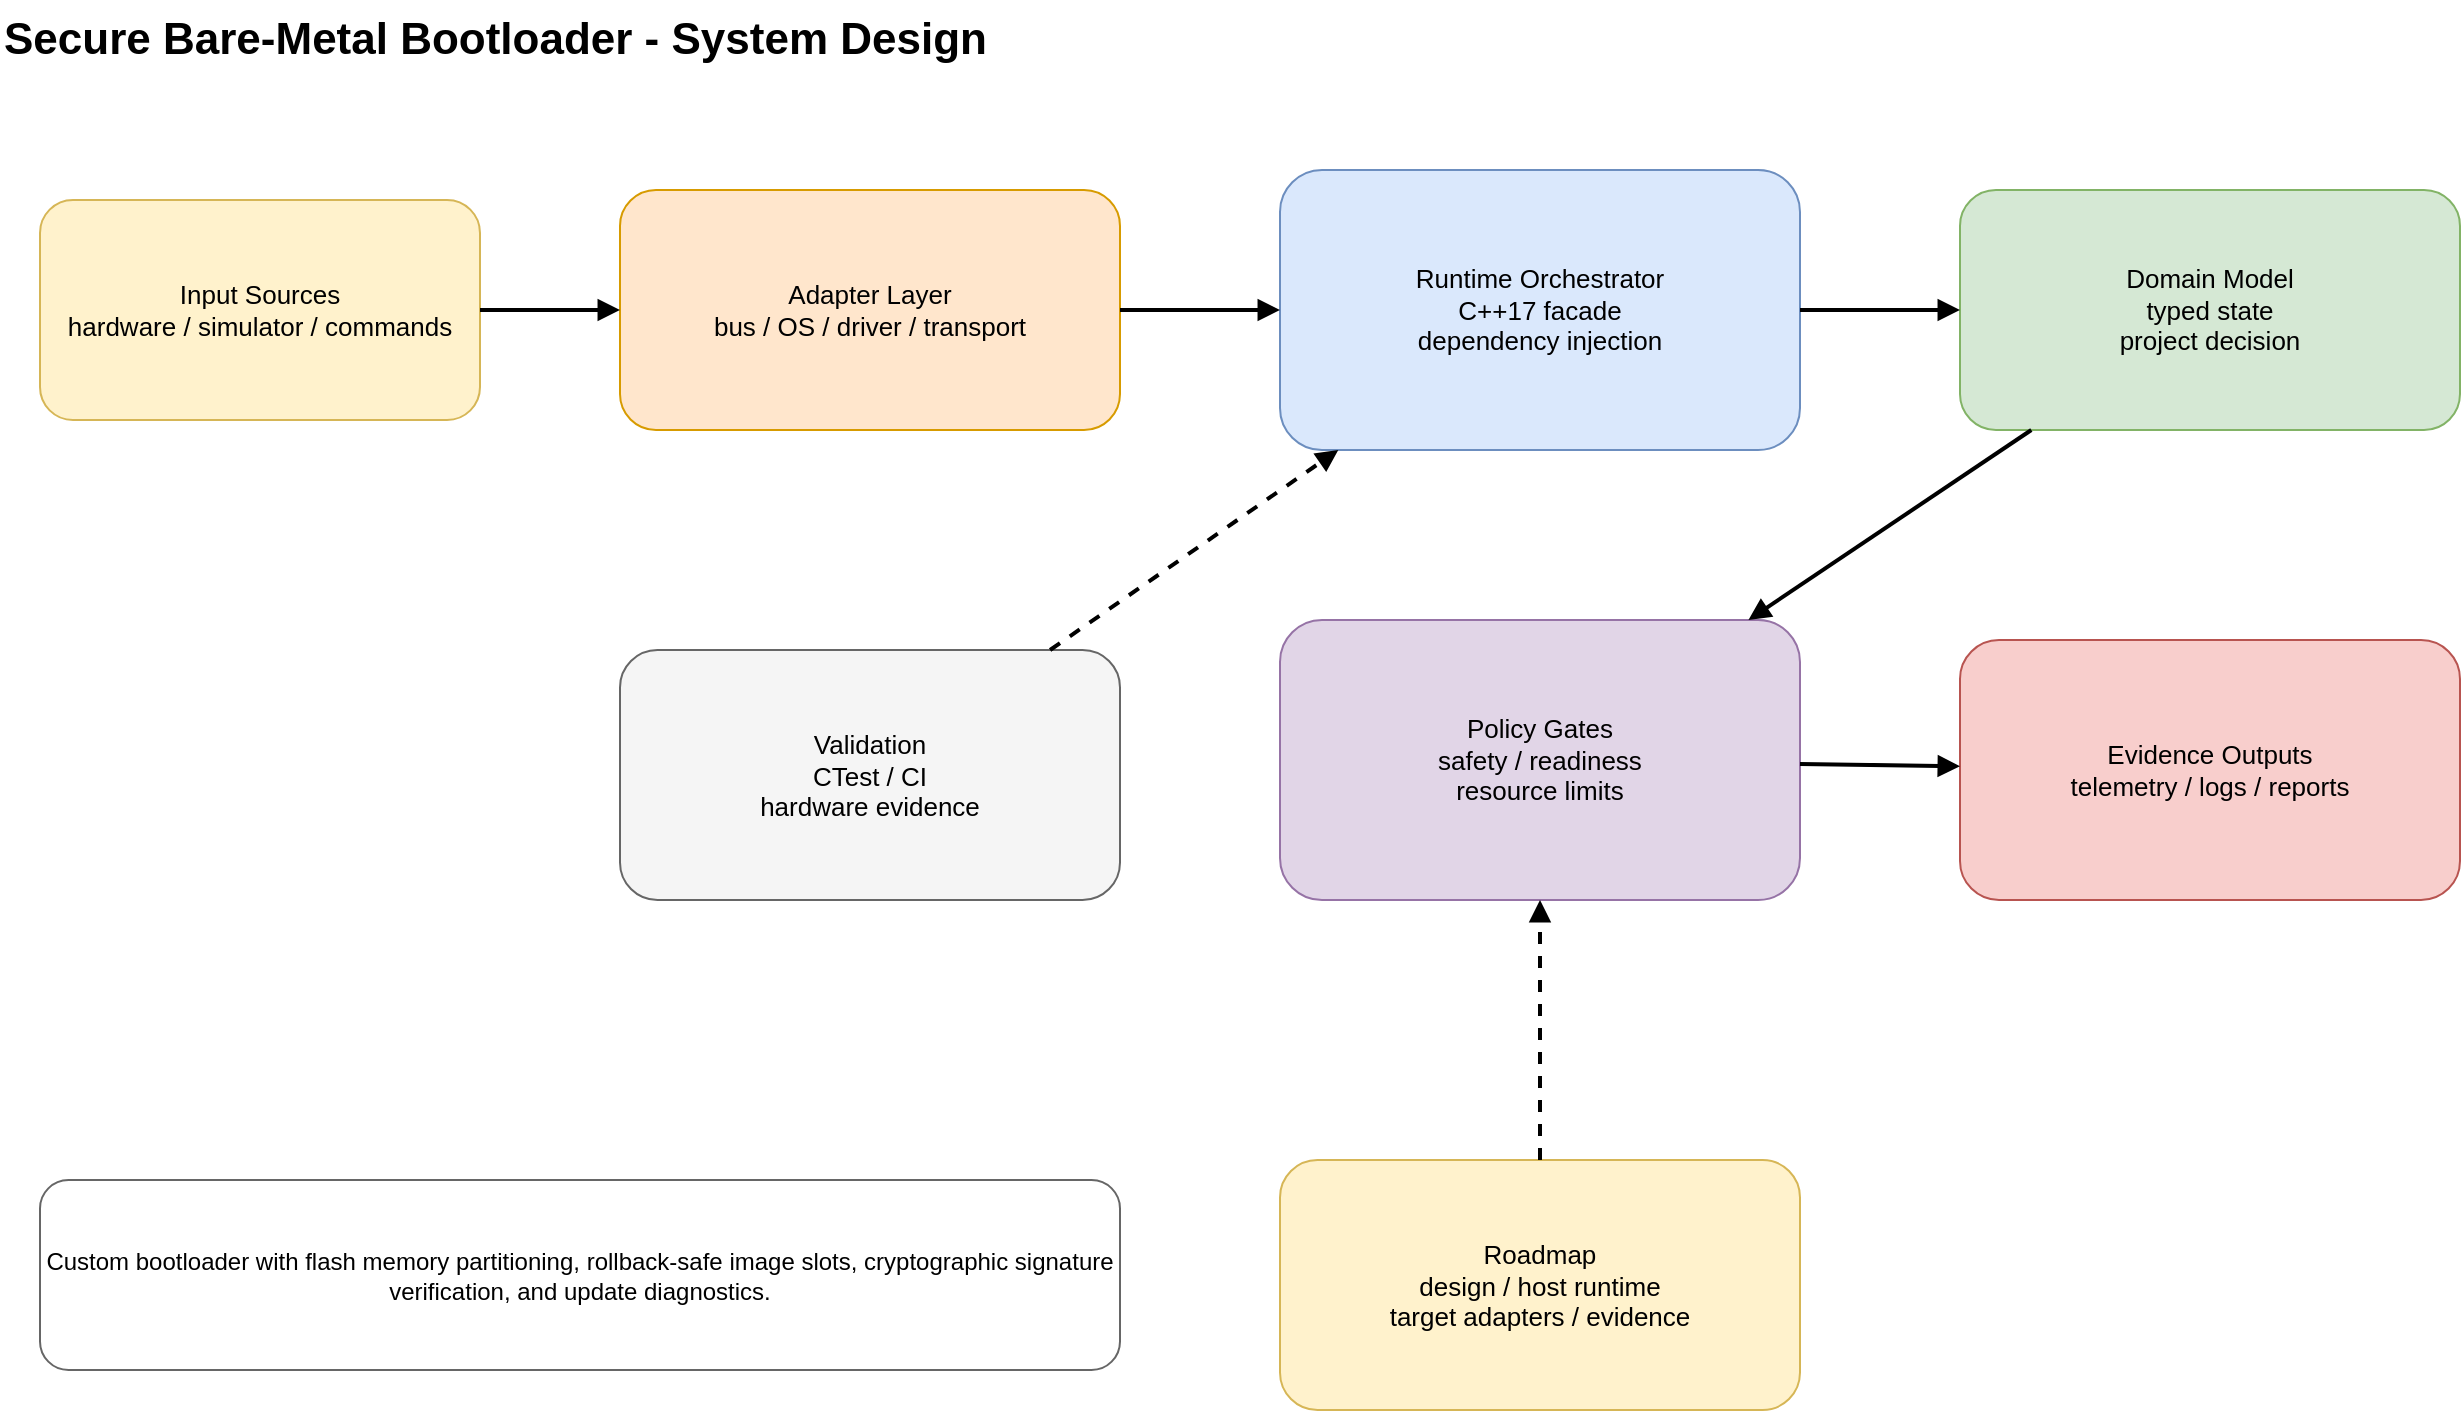
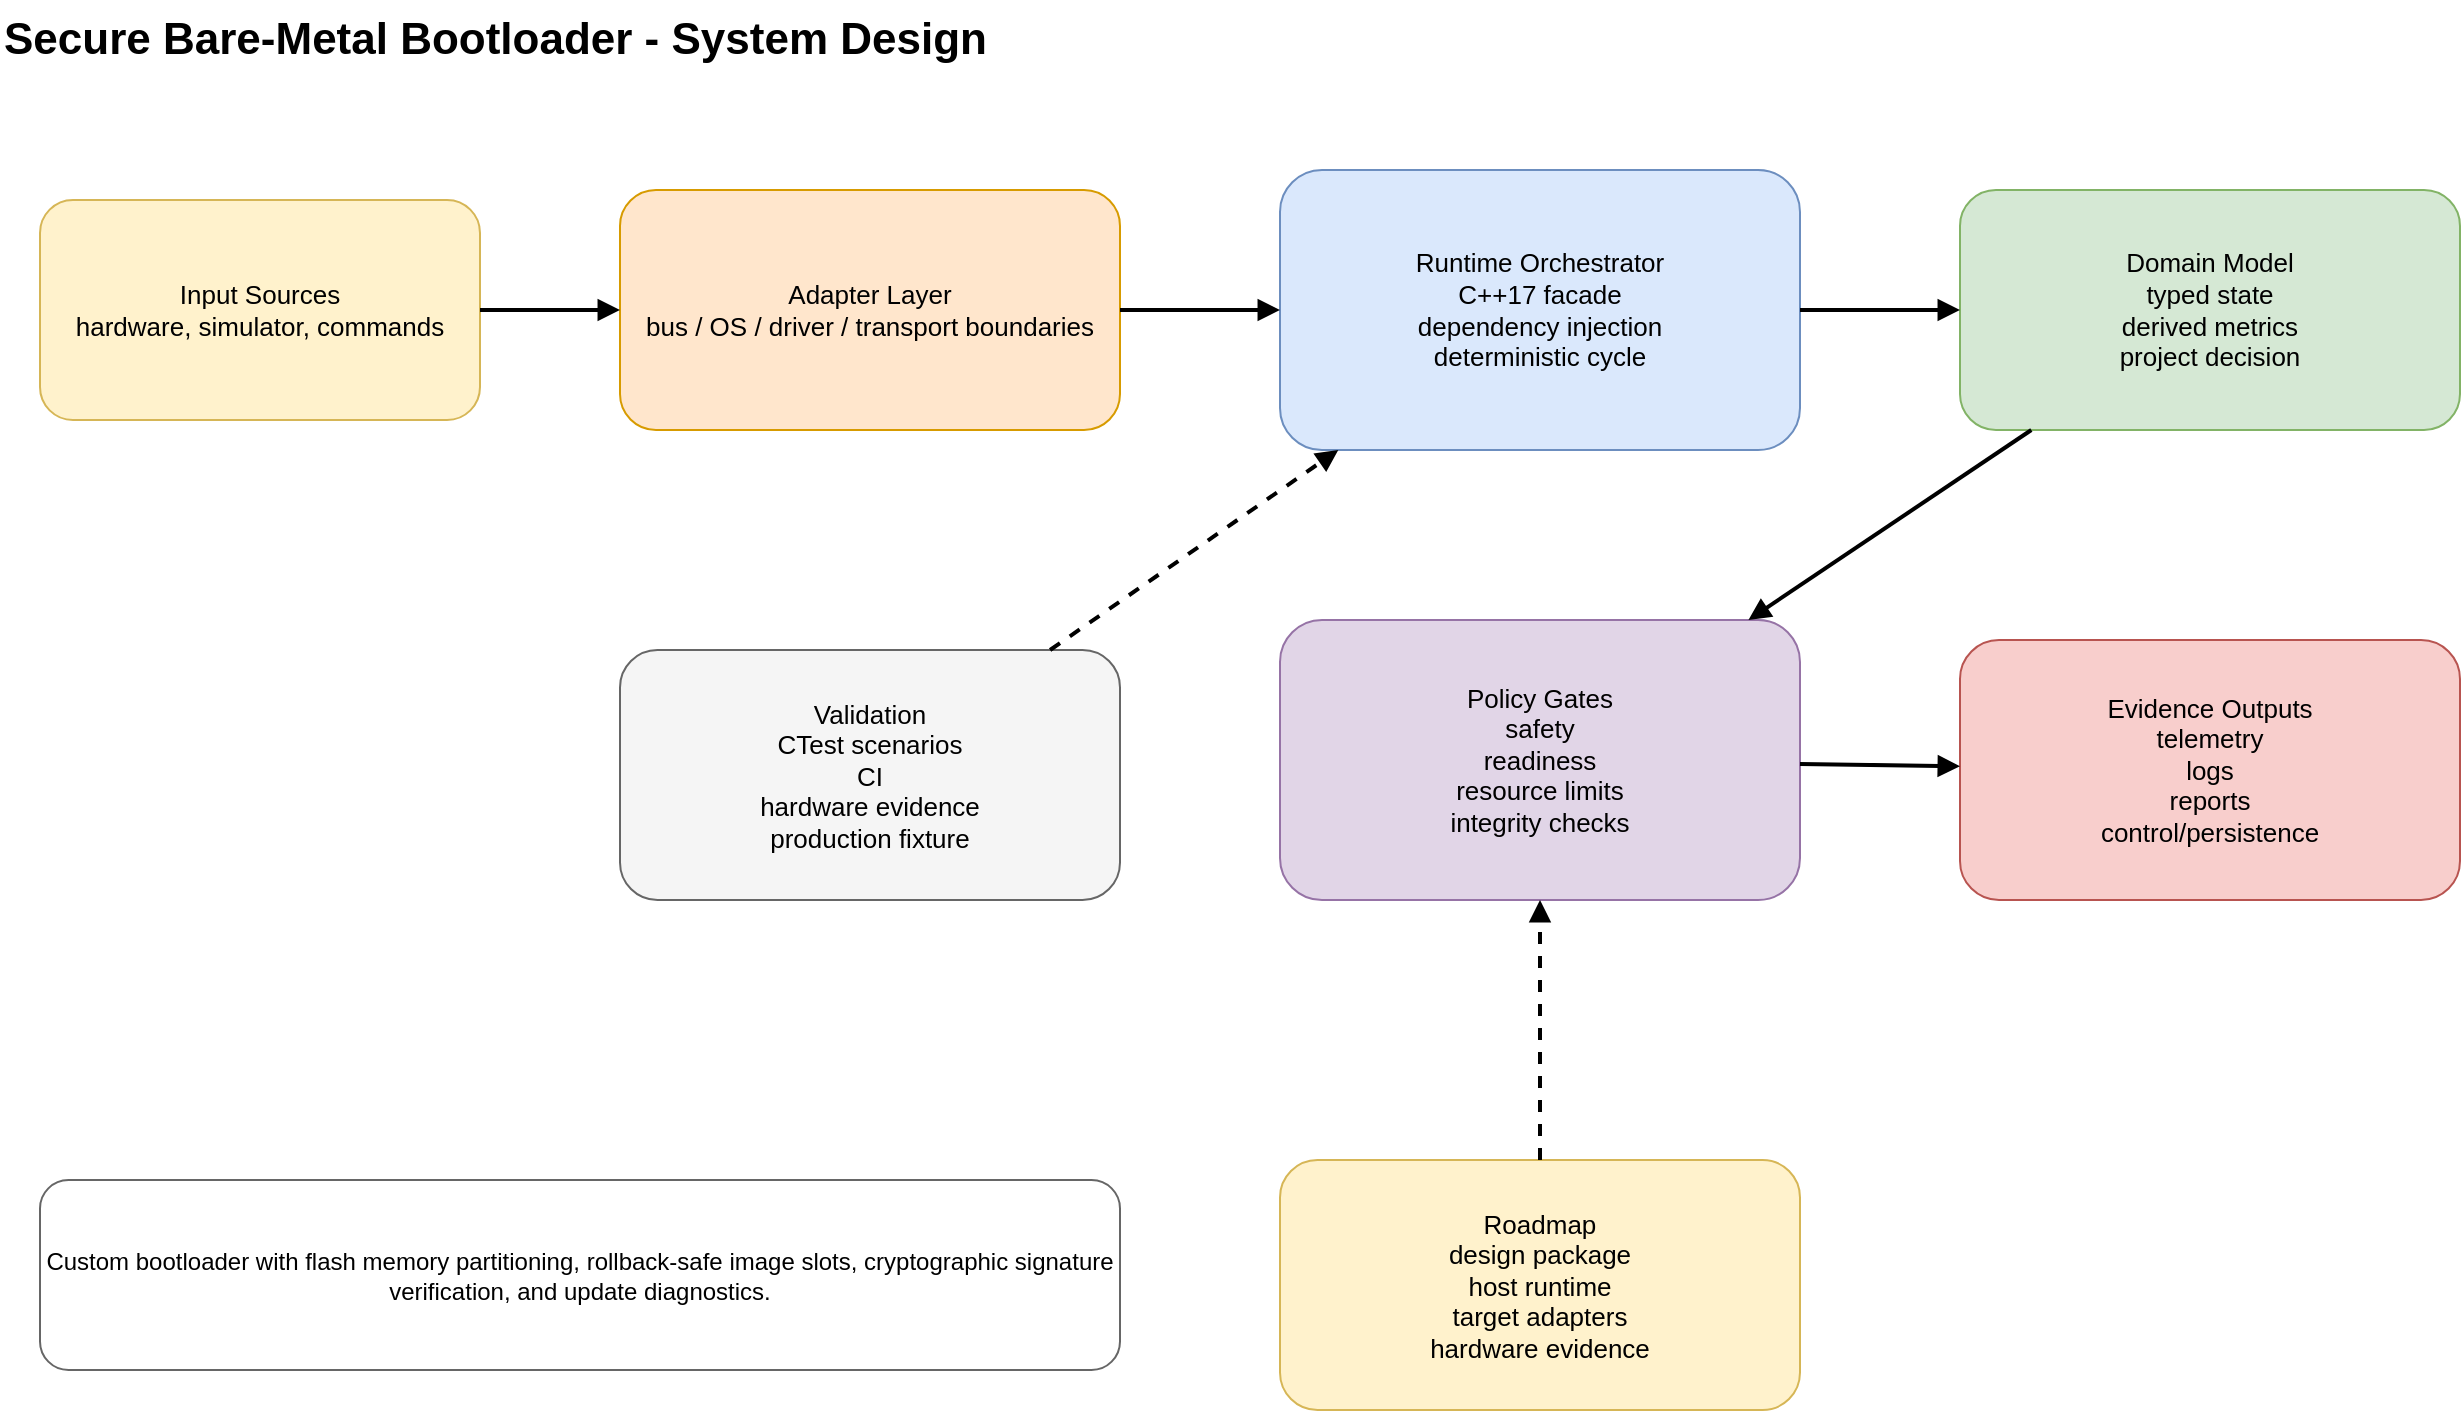
- <mxfile host="app.diagrams.net"><diagram id="secure-bare-metal-bootloader-system-design" name="System Design"><mxGraphModel dx="1422" dy="794" grid="1" gridSize="10" guides="1" tooltips="1" connect="1" arrows="1" fold="1" page="1" pageScale="1" pageWidth="1400" pageHeight="900" math="0" shadow="0"><root><mxCell id="0"/><mxCell id="1" parent="0"/><mxCell id="title" value="Secure Bare-Metal Bootloader - System Design" style="text;html=1;strokeColor=none;fillColor=none;fontSize=22;fontStyle=1" vertex="1" parent="1"><mxGeometry x="40" y="20" width="780" height="40" as="geometry"/></mxCell><mxCell id="input" value="Input Sources&#xa;hardware / simulator / commands" style="rounded=1;whiteSpace=wrap;html=1;fillColor=#fff2cc;strokeColor=#d6b656;fontSize=13" vertex="1" parent="1"><mxGeometry x="60" y="120" width="220" height="110" as="geometry"/></mxCell><mxCell id="adapter" value="Adapter Layer&#xa;bus / OS / driver / transport" style="rounded=1;whiteSpace=wrap;html=1;fillColor=#ffe6cc;strokeColor=#d79b00;fontSize=13" vertex="1" parent="1"><mxGeometry x="350" y="115" width="250" height="120" as="geometry"/></mxCell><mxCell id="runtime" value="Runtime Orchestrator&#xa;C++17 facade&#xa;dependency injection" style="rounded=1;whiteSpace=wrap;html=1;fillColor=#dae8fc;strokeColor=#6c8ebf;fontSize=13" vertex="1" parent="1"><mxGeometry x="680" y="105" width="260" height="140" as="geometry"/></mxCell><mxCell id="domain" value="Domain Model&#xa;typed state&#xa;project decision" style="rounded=1;whiteSpace=wrap;html=1;fillColor=#d5e8d4;strokeColor=#82b366;fontSize=13" vertex="1" parent="1"><mxGeometry x="1020" y="115" width="250" height="120" as="geometry"/></mxCell><mxCell id="policy" value="Policy Gates&#xa;safety / readiness&#xa;resource limits" style="rounded=1;whiteSpace=wrap;html=1;fillColor=#e1d5e7;strokeColor=#9673a6;fontSize=13" vertex="1" parent="1"><mxGeometry x="680" y="330" width="260" height="140" as="geometry"/></mxCell><mxCell id="output" value="Evidence Outputs&#xa;telemetry / logs / reports" style="rounded=1;whiteSpace=wrap;html=1;fillColor=#f8cecc;strokeColor=#b85450;fontSize=13" vertex="1" parent="1"><mxGeometry x="1020" y="340" width="250" height="130" as="geometry"/></mxCell><mxCell id="tests" value="Validation&#xa;CTest / CI&#xa;hardware evidence" style="rounded=1;whiteSpace=wrap;html=1;fillColor=#f5f5f5;strokeColor=#666666;fontSize=13" vertex="1" parent="1"><mxGeometry x="350" y="345" width="250" height="125" as="geometry"/></mxCell><mxCell id="summary" value="Custom bootloader with flash memory partitioning, rollback-safe image slots, cryptographic signature verification, and update diagnostics." style="rounded=1;whiteSpace=wrap;html=1;fillColor=#ffffff;strokeColor=#666666;fontSize=12" vertex="1" parent="1"><mxGeometry x="60" y="610" width="540" height="95" as="geometry"/></mxCell><mxCell id="roadmap" value="Roadmap&#xa;design / host runtime&#xa;target adapters / evidence" style="rounded=1;whiteSpace=wrap;html=1;fillColor=#fff2cc;strokeColor=#d6b656;fontSize=13" vertex="1" parent="1"><mxGeometry x="680" y="600" width="260" height="125" as="geometry"/></mxCell><mxCell id="e1" style="endArrow=block;html=1;rounded=0;strokeWidth=2" edge="1" parent="1" source="input" target="adapter"><mxGeometry relative="1" as="geometry"/></mxCell><mxCell id="e2" style="endArrow=block;html=1;rounded=0;strokeWidth=2" edge="1" parent="1" source="adapter" target="runtime"><mxGeometry relative="1" as="geometry"/></mxCell><mxCell id="e3" style="endArrow=block;html=1;rounded=0;strokeWidth=2" edge="1" parent="1" source="runtime" target="domain"><mxGeometry relative="1" as="geometry"/></mxCell><mxCell id="e4" style="endArrow=block;html=1;rounded=0;strokeWidth=2" edge="1" parent="1" source="domain" target="policy"><mxGeometry relative="1" as="geometry"/></mxCell><mxCell id="e5" style="endArrow=block;html=1;rounded=0;strokeWidth=2" edge="1" parent="1" source="policy" target="output"><mxGeometry relative="1" as="geometry"/></mxCell><mxCell id="e6" style="endArrow=block;html=1;rounded=0;strokeWidth=2;dashed=1" edge="1" parent="1" source="tests" target="runtime"><mxGeometry relative="1" as="geometry"/></mxCell><mxCell id="e7" style="endArrow=block;html=1;rounded=0;strokeWidth=2;dashed=1" edge="1" parent="1" source="roadmap" target="policy"><mxGeometry relative="1" as="geometry"/></mxCell></root></mxGraphModel></diagram></mxfile>
+ <mxfile host="app.diagrams.net">
+   <diagram id="secure-bare-metal-bootloader-design" name="System Design">
+     <mxGraphModel dx="1422" dy="794" grid="1" gridSize="10" guides="1" tooltips="1" connect="1" arrows="1" fold="1" page="1" pageScale="1" pageWidth="1400" pageHeight="900" math="0" shadow="0">
+       <root>
+         <mxCell id="0"/>
+         <mxCell id="1" parent="0"/>
+         <mxCell id="title" value="Secure Bare-Metal Bootloader - System Design" style="text;html=1;strokeColor=none;fillColor=none;fontSize=22;fontStyle=1" vertex="1" parent="1"><mxGeometry x="40" y="20" width="760" height="40" as="geometry"/></mxCell>
+         <mxCell id="input" value="Input Sources&#xa;hardware, simulator, commands" style="rounded=1;whiteSpace=wrap;html=1;fillColor=#fff2cc;strokeColor=#d6b656;fontSize=13" vertex="1" parent="1"><mxGeometry x="60" y="120" width="220" height="110" as="geometry"/></mxCell>
+         <mxCell id="adapter" value="Adapter Layer&#xa;bus / OS / driver / transport boundaries" style="rounded=1;whiteSpace=wrap;html=1;fillColor=#ffe6cc;strokeColor=#d79b00;fontSize=13" vertex="1" parent="1"><mxGeometry x="350" y="115" width="250" height="120" as="geometry"/></mxCell>
+         <mxCell id="runtime" value="Runtime Orchestrator&#xa;C++17 facade&#xa;dependency injection&#xa;deterministic cycle" style="rounded=1;whiteSpace=wrap;html=1;fillColor=#dae8fc;strokeColor=#6c8ebf;fontSize=13" vertex="1" parent="1"><mxGeometry x="680" y="105" width="260" height="140" as="geometry"/></mxCell>
+         <mxCell id="domain" value="Domain Model&#xa;typed state&#xa;derived metrics&#xa;project decision" style="rounded=1;whiteSpace=wrap;html=1;fillColor=#d5e8d4;strokeColor=#82b366;fontSize=13" vertex="1" parent="1"><mxGeometry x="1020" y="115" width="250" height="120" as="geometry"/></mxCell>
+         <mxCell id="policy" value="Policy Gates&#xa;safety&#xa;readiness&#xa;resource limits&#xa;integrity checks" style="rounded=1;whiteSpace=wrap;html=1;fillColor=#e1d5e7;strokeColor=#9673a6;fontSize=13" vertex="1" parent="1"><mxGeometry x="680" y="330" width="260" height="140" as="geometry"/></mxCell>
+         <mxCell id="output" value="Evidence Outputs&#xa;telemetry&#xa;logs&#xa;reports&#xa;control/persistence" style="rounded=1;whiteSpace=wrap;html=1;fillColor=#f8cecc;strokeColor=#b85450;fontSize=13" vertex="1" parent="1"><mxGeometry x="1020" y="340" width="250" height="130" as="geometry"/></mxCell>
+         <mxCell id="tests" value="Validation&#xa;CTest scenarios&#xa;CI&#xa;hardware evidence&#xa;production fixture" style="rounded=1;whiteSpace=wrap;html=1;fillColor=#f5f5f5;strokeColor=#666666;fontSize=13" vertex="1" parent="1"><mxGeometry x="350" y="345" width="250" height="125" as="geometry"/></mxCell>
+         <mxCell id="roadmap" value="Roadmap&#xa;design package&#xa;host runtime&#xa;target adapters&#xa;hardware evidence" style="rounded=1;whiteSpace=wrap;html=1;fillColor=#fff2cc;strokeColor=#d6b656;fontSize=13" vertex="1" parent="1"><mxGeometry x="680" y="600" width="260" height="125" as="geometry"/></mxCell>
+         <mxCell id="summary" value="Custom bootloader with flash memory partitioning, rollback-safe image slots, cryptographic signature verification, and update diagnostics." style="rounded=1;whiteSpace=wrap;html=1;fillColor=#ffffff;strokeColor=#666666;fontSize=12" vertex="1" parent="1"><mxGeometry x="60" y="610" width="540" height="95" as="geometry"/></mxCell>
+         <mxCell id="e1" style="endArrow=block;html=1;rounded=0;strokeWidth=2" edge="1" parent="1" source="input" target="adapter"><mxGeometry relative="1" as="geometry"/></mxCell>
+         <mxCell id="e2" style="endArrow=block;html=1;rounded=0;strokeWidth=2" edge="1" parent="1" source="adapter" target="runtime"><mxGeometry relative="1" as="geometry"/></mxCell>
+         <mxCell id="e3" style="endArrow=block;html=1;rounded=0;strokeWidth=2" edge="1" parent="1" source="runtime" target="domain"><mxGeometry relative="1" as="geometry"/></mxCell>
+         <mxCell id="e4" style="endArrow=block;html=1;rounded=0;strokeWidth=2" edge="1" parent="1" source="domain" target="policy"><mxGeometry relative="1" as="geometry"/></mxCell>
+         <mxCell id="e5" style="endArrow=block;html=1;rounded=0;strokeWidth=2" edge="1" parent="1" source="policy" target="output"><mxGeometry relative="1" as="geometry"/></mxCell>
+         <mxCell id="e6" style="endArrow=block;html=1;rounded=0;strokeWidth=2;dashed=1" edge="1" parent="1" source="tests" target="runtime"><mxGeometry relative="1" as="geometry"/></mxCell>
+         <mxCell id="e7" style="endArrow=block;html=1;rounded=0;strokeWidth=2;dashed=1" edge="1" parent="1" source="roadmap" target="policy"><mxGeometry relative="1" as="geometry"/></mxCell>
+       </root>
+     </mxGraphModel>
+   </diagram>
+ </mxfile>
